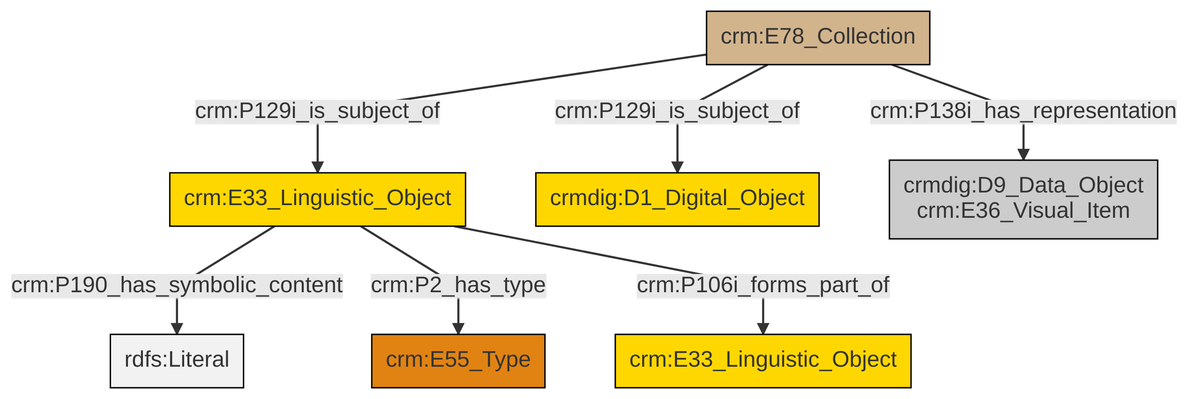
Earlier version of the Mermaid export et/archivalCSV/ttl/mmd/png/archival_docs.png (swiss-art-research-net/docs.swissartresearch). Its source is kept beside it as et/archivalCSV/ttl/mmd/archival_docs.ttl.mmd.
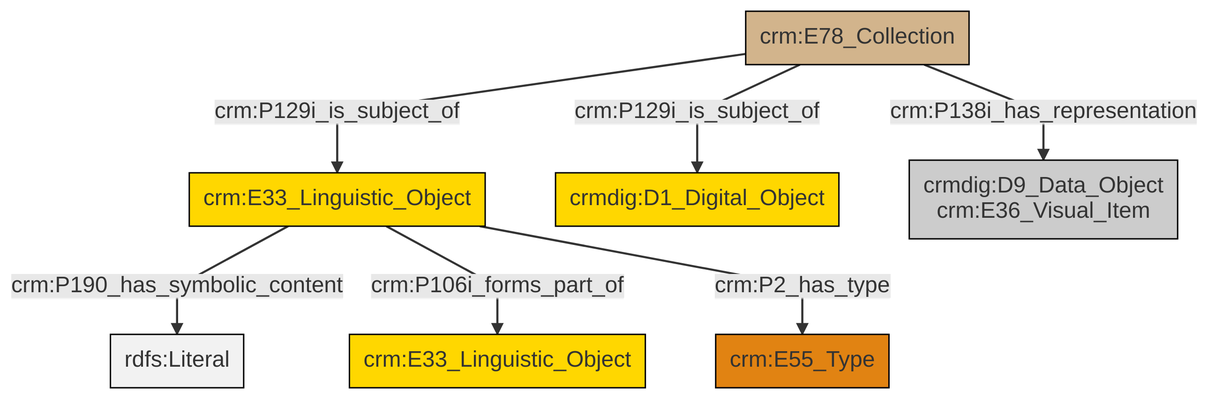
The same file after the commit.

Diff of the diagram source:
```diff
@@ -13,9 +13,9 @@
 classDef PC_Classes fill:#4ce600, stroke:#000000;
 classDef Multi fill:#cccccc,stroke:#000000;
 
-2["crm:E78_Collection"]:::Physical_Thing -->|crm:P129i_is_subject_of| 3["crm:E33_Linguistic_Object"]:::Conceptual_Object
-3["crm:E33_Linguistic_Object"]:::Conceptual_Object -->|crm:P190_has_symbolic_content| 4[rdfs:Literal]:::Literal
-2["crm:E78_Collection"]:::Physical_Thing -->|crm:P129i_is_subject_of| 6["crmdig:D1_Digital_Object"]:::Conceptual_Object
-2["crm:E78_Collection"]:::Physical_Thing -->|crm:P138i_has_representation| 7["crmdig:D9_Data_Object<br>crm:E36_Visual_Item"]:::Multi
-3["crm:E33_Linguistic_Object"]:::Conceptual_Object -->|crm:P2_has_type| 0["crm:E55_Type"]:::Type
-3["crm:E33_Linguistic_Object"]:::Conceptual_Object -->|crm:P106i_forms_part_of| 9["crm:E33_Linguistic_Object"]:::Conceptual_Object
+0["crm:E33_Linguistic_Object"]:::Conceptual_Object -->|crm:P190_has_symbolic_content| 1[rdfs:Literal]:::Literal
+0["crm:E33_Linguistic_Object"]:::Conceptual_Object -->|crm:P106i_forms_part_of| 2["crm:E33_Linguistic_Object"]:::Conceptual_Object
+3["crm:E78_Collection"]:::Physical_Thing -->|crm:P129i_is_subject_of| 0["crm:E33_Linguistic_Object"]:::Conceptual_Object
+3["crm:E78_Collection"]:::Physical_Thing -->|crm:P129i_is_subject_of| 5["crmdig:D1_Digital_Object"]:::Conceptual_Object
+3["crm:E78_Collection"]:::Physical_Thing -->|crm:P138i_has_representation| 6["crmdig:D9_Data_Object<br>crm:E36_Visual_Item"]:::Multi
+0["crm:E33_Linguistic_Object"]:::Conceptual_Object -->|crm:P2_has_type| 9["crm:E55_Type"]:::Type
```
